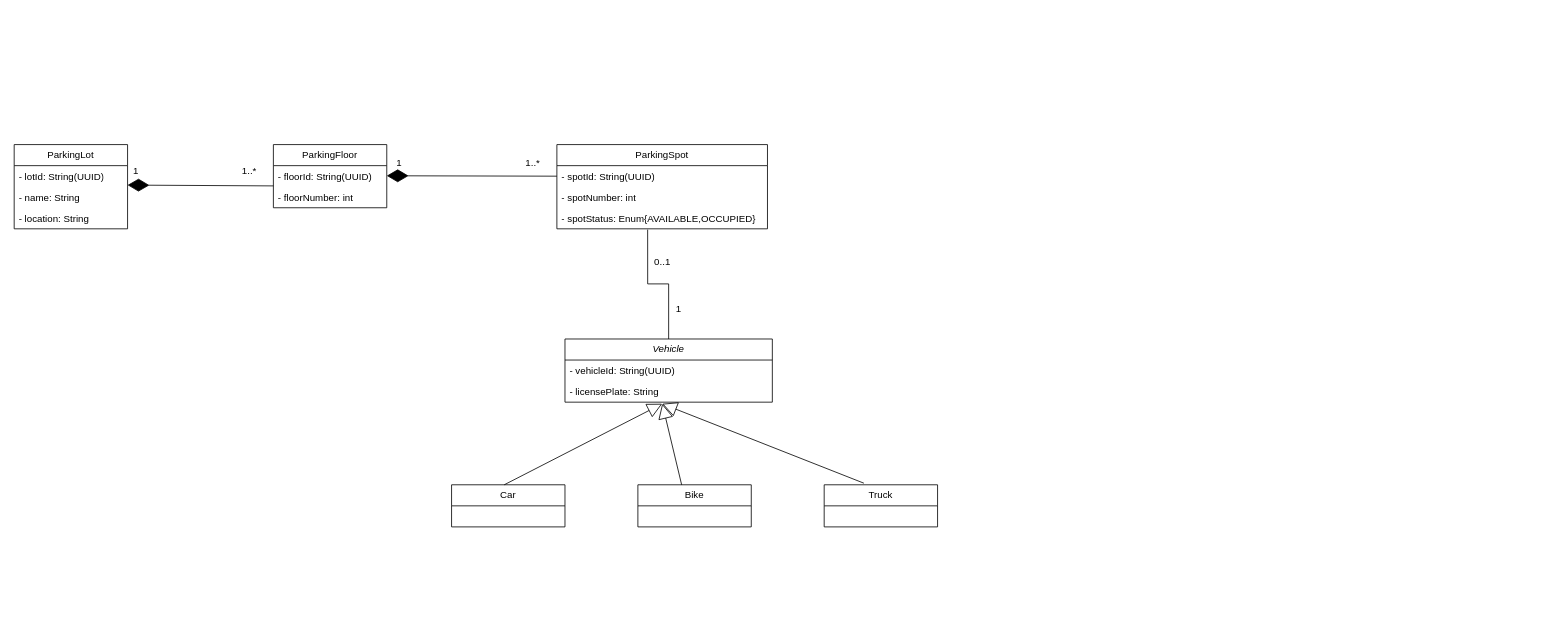
Earlier version of the draw.io diagram page "ParkingLot" (7 of 7) of UML Diagram/Practice.drawio (prakashbtech87/aaaaaaaaaaaPrakashDrawIORepo). Source tidied: cells renumbered, new cells numbered last; positions are measured from the earlier drawing's top-left corner, leaving out a move shared by most shapes. Both pictures are drawn from the tidied source at 81%, with x=0, y=0 at pixel (14, 144).
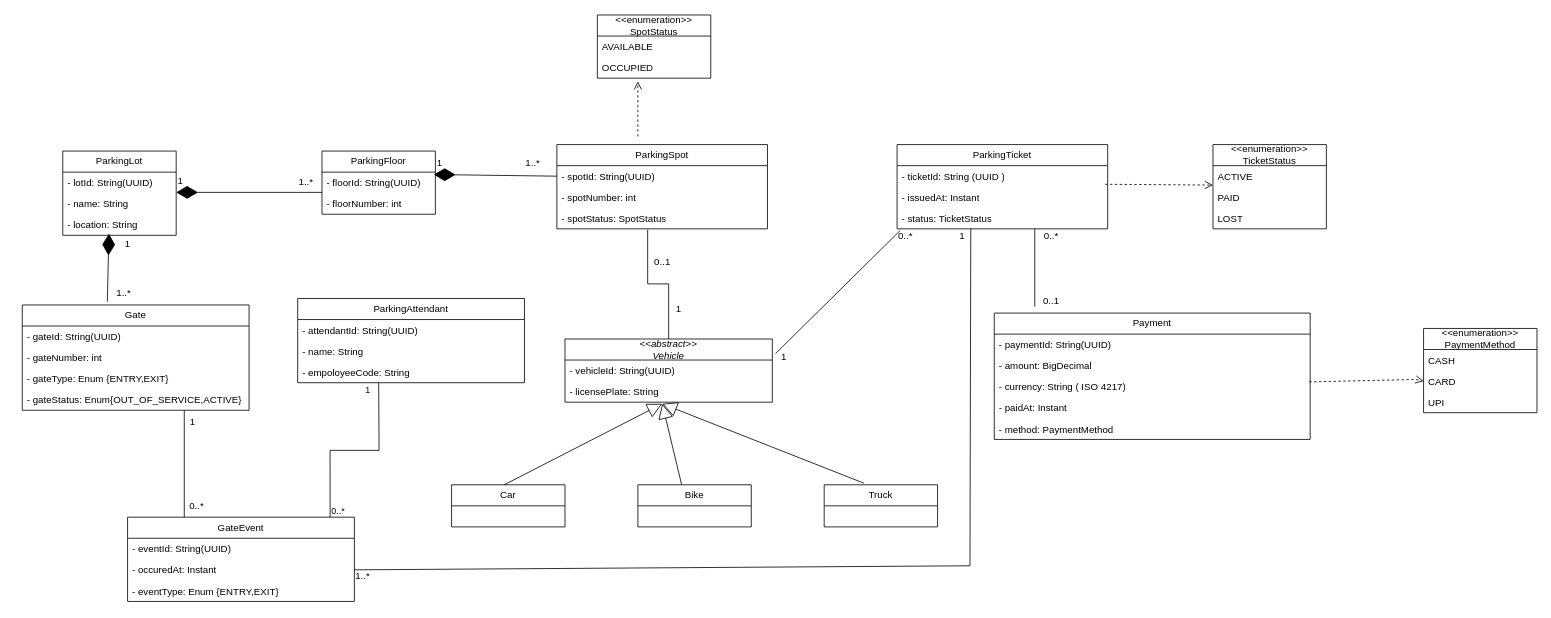
After the change.

The change refers to these unchanged cells:
```xml
<mxCell id="5" value="- location: String" style="text;strokeColor=none;fillColor=none;align=left;verticalAlign=top;spacingLeft=4;spacingRight=4;overflow=hidden;points=[[0,0.5],[1,0.5]];portConstraint=eastwest;whiteSpace=wrap;html=1;" parent="2" vertex="1">
  <mxGeometry y="78" width="140" height="26" as="geometry" />
</mxCell>
<mxCell id="7" value="- floorId: String(UUID)" style="text;strokeColor=none;fillColor=none;align=left;verticalAlign=top;spacingLeft=4;spacingRight=4;overflow=hidden;points=[[0,0.5],[1,0.5]];portConstraint=eastwest;whiteSpace=wrap;html=1;" parent="6" vertex="1">
  <mxGeometry y="26" width="140" height="26" as="geometry" />
</mxCell>
<mxCell id="9" value="ParkingSpot" style="swimlane;fontStyle=0;horizontal=1;startSize=26;fillColor=none;whiteSpace=wrap;html=1;" parent="1" vertex="1">
  <mxGeometry x="670" width="260" height="104" as="geometry" />
</mxCell>
<mxCell id="10" value="- spotId: String(UUID)" style="text;strokeColor=none;fillColor=none;align=left;verticalAlign=top;spacingLeft=4;spacingRight=4;overflow=hidden;points=[[0,0.5],[1,0.5]];portConstraint=eastwest;whiteSpace=wrap;html=1;" parent="9" vertex="1">
  <mxGeometry y="26" width="260" height="26" as="geometry" />
</mxCell>
```

Change to the diagram source:
```diff
@@
     <mxCell id="2" value="ParkingLot" style="swimlane;fontStyle=0;horizontal=1;startSize=26;fillColor=none;whiteSpace=wrap;html=1;" parent="1" vertex="1">
-      <mxGeometry width="140" height="104" as="geometry" />
+      <mxGeometry x="60" y="8" width="140" height="104" as="geometry" />
     </mxCell>
@@
     <mxCell id="6" value="ParkingFloor" style="swimlane;fontStyle=0;horizontal=1;startSize=26;fillColor=none;whiteSpace=wrap;html=1;" parent="1" vertex="1">
-      <mxGeometry x="320" width="140" height="78" as="geometry" />
+      <mxGeometry x="380" y="8" width="140" height="78" as="geometry" />
     </mxCell>
@@
-    <mxCell id="12" value="- spotStatus: Enum{AVAILABLE,OCCUPIED}" style="text;strokeColor=none;fillColor=none;align=left;verticalAlign=top;spacingLeft=4;spacingRight=4;overflow=hidden;points=[[0,0.5],[1,0.5]];portConstraint=eastwest;whiteSpace=wrap;html=1;" parent="9" vertex="1">
+    <mxCell id="12" value="- spotStatus: SpotStatus" style="text;strokeColor=none;fillColor=none;align=left;verticalAlign=top;spacingLeft=4;spacingRight=4;overflow=hidden;points=[[0,0.5],[1,0.5]];portConstraint=eastwest;whiteSpace=wrap;html=1;" parent="9" vertex="1">
       <mxGeometry y="78" width="260" height="26" as="geometry" />
     </mxCell>
-    <mxCell id="13" value="&lt;i&gt;Vehicle&lt;/i&gt;" style="swimlane;fontStyle=0;horizontal=1;startSize=26;fillColor=none;whiteSpace=wrap;html=1;" parent="1" vertex="1">
+    <mxCell id="13" value="&lt;i&gt;&amp;lt;&amp;lt;abstract&amp;gt;&amp;gt;&lt;br&gt;Vehicle&lt;/i&gt;" style="swimlane;fontStyle=0;horizontal=1;startSize=26;fillColor=none;whiteSpace=wrap;html=1;" parent="1" vertex="1">
       <mxGeometry x="680" y="240" width="256" height="78" as="geometry" />
     </mxCell>
@@
     <mxCell id="16" style="endArrow=diamondThin;endFill=1;endSize=24;html=1;rounded=0;exitX=0;exitY=0.962;exitDx=0;exitDy=0;exitPerimeter=0;" parent="1" edge="1" source="7">
       <mxGeometry relative="1" as="geometry">
-        <mxPoint x="140" y="50" as="targetPoint" />
+        <mxPoint x="200" y="59" as="targetPoint" />
       </mxGeometry>
     </mxCell>
-    <mxCell id="17" style="endArrow=diamondThin;endFill=1;endSize=24;html=1;rounded=0;exitX=0;exitY=0.5;exitDx=0;exitDy=0;" parent="1" edge="1" source="10">
-      <mxGeometry relative="1" as="geometry">
-        <mxPoint x="460" y="38.5" as="targetPoint" />
-      </mxGeometry>
+    <mxCell id="17" style="endArrow=diamondThin;endFill=1;endSize=24;html=1;rounded=0;exitX=0;exitY=0.5;exitDx=0;exitDy=0;entryX=0.986;entryY=0.115;entryDx=0;entryDy=0;entryPerimeter=0;" parent="1" edge="1" source="10" target="7">
+      <mxGeometry relative="1" as="geometry" />
     </mxCell>
     <mxCell id="18" value="1" style="text;html=1;align=center;verticalAlign=middle;strokeColor=none;fillColor=none;" parent="1" vertex="1">
-      <mxGeometry x="135" y="18" width="30" height="30" as="geometry" />
+      <mxGeometry x="190" y="30" width="30" height="30" as="geometry" />
     </mxCell>
     <mxCell id="19" value="1..*" style="text;html=1;align=center;verticalAlign=middle;strokeColor=none;fillColor=none;" parent="1" vertex="1">
-      <mxGeometry x="270" y="18" width="40" height="30" as="geometry" />
+      <mxGeometry x="340" y="32" width="40" height="30" as="geometry" />
     </mxCell>
     <mxCell id="20" value="1" style="text;html=1;align=center;verticalAlign=middle;strokeColor=none;fillColor=none;" parent="1" vertex="1">
-      <mxGeometry x="460" y="8" width="30" height="30" as="geometry" />
+      <mxGeometry x="510" y="8" width="30" height="30" as="geometry" />
     </mxCell>
@@
+    <mxCell id="31" value="ParkingTicket" style="swimlane;fontStyle=0;horizontal=1;startSize=26;fillColor=none;whiteSpace=wrap;html=1;" parent="1" vertex="1">
+      <mxGeometry x="1090" width="260" height="104" as="geometry" />
+    </mxCell>
+    <mxCell id="32" value="- ticketId: String (UUID )" style="text;strokeColor=none;fillColor=none;align=left;verticalAlign=top;spacingLeft=4;spacingRight=4;overflow=hidden;points=[[0,0.5],[1,0.5]];portConstraint=eastwest;whiteSpace=wrap;html=1;" parent="31" vertex="1">
+      <mxGeometry y="26" width="260" height="26" as="geometry" />
+    </mxCell>
+    <mxCell id="33" value="- issuedAt: Instant" style="text;strokeColor=none;fillColor=none;align=left;verticalAlign=top;spacingLeft=4;spacingRight=4;overflow=hidden;whiteSpace=wrap;html=1;" parent="31" vertex="1">
+      <mxGeometry y="52" width="260" height="26" as="geometry" />
+    </mxCell>
+    <mxCell id="34" value="- status: TicketStatus" style="text;strokeColor=none;fillColor=none;align=left;verticalAlign=top;spacingLeft=4;spacingRight=4;overflow=hidden;points=[[0,0.5],[1,0.5]];portConstraint=eastwest;whiteSpace=wrap;html=1;" parent="31" vertex="1">
+      <mxGeometry y="78" width="260" height="26" as="geometry" />
+    </mxCell>
+    <mxCell id="35" value="&amp;lt;&amp;lt;enumeration&amp;gt;&amp;gt;&lt;div&gt;TicketStatus&lt;/div&gt;" style="swimlane;fontStyle=0;horizontal=1;startSize=26;fillColor=none;whiteSpace=wrap;html=1;" parent="1" vertex="1">
+      <mxGeometry x="1480" width="140" height="104" as="geometry" />
+    </mxCell>
+    <mxCell id="36" value="ACTIVE" style="text;strokeColor=none;fillColor=none;align=left;verticalAlign=top;spacingLeft=4;spacingRight=4;overflow=hidden;points=[[0,0.5],[1,0.5]];portConstraint=eastwest;whiteSpace=wrap;html=1;" parent="35" vertex="1">
+      <mxGeometry y="26" width="140" height="26" as="geometry" />
+    </mxCell>
+    <mxCell id="37" value="PAID" style="text;strokeColor=none;fillColor=none;align=left;verticalAlign=top;spacingLeft=4;spacingRight=4;overflow=hidden;whiteSpace=wrap;html=1;" parent="35" vertex="1">
+      <mxGeometry y="52" width="140" height="26" as="geometry" />
+    </mxCell>
+    <mxCell id="38" value="LOST" style="text;strokeColor=none;fillColor=none;align=left;verticalAlign=top;spacingLeft=4;spacingRight=4;overflow=hidden;whiteSpace=wrap;html=1;" parent="35" vertex="1">
+      <mxGeometry y="78" width="140" height="26" as="geometry" />
+    </mxCell>
+    <mxCell id="39" style="html=1;verticalAlign=bottom;endArrow=open;dashed=1;endSize=8;curved=0;rounded=0;entryX=0;entryY=0.923;entryDx=0;entryDy=0;entryPerimeter=0;exitX=0.988;exitY=0.885;exitDx=0;exitDy=0;exitPerimeter=0;" parent="1" edge="1" source="32" target="36">
+      <mxGeometry relative="1" as="geometry" />
+    </mxCell>
+    <mxCell id="40" value="Payment" style="swimlane;fontStyle=0;horizontal=1;startSize=26;fillColor=none;whiteSpace=wrap;html=1;" parent="1" vertex="1">
+      <mxGeometry x="1210" y="208" width="390" height="156" as="geometry" />
+    </mxCell>
+    <mxCell id="41" value="- paymentId: String(UUID)" style="text;strokeColor=none;fillColor=none;align=left;verticalAlign=top;spacingLeft=4;spacingRight=4;overflow=hidden;whiteSpace=wrap;html=1;" parent="40" vertex="1">
+      <mxGeometry y="26" width="390" height="26" as="geometry" />
+    </mxCell>
+    <mxCell id="42" value="- amount: BigDecimal" style="text;strokeColor=none;fillColor=none;align=left;verticalAlign=top;spacingLeft=4;spacingRight=4;overflow=hidden;whiteSpace=wrap;html=1;" parent="40" vertex="1">
+      <mxGeometry y="52" width="390" height="26" as="geometry" />
+    </mxCell>
+    <mxCell id="43" value="- currency: String ( ISO 4217)" style="text;strokeColor=none;fillColor=none;align=left;verticalAlign=top;spacingLeft=4;spacingRight=4;overflow=hidden;points=[[0,0.5],[1,0.5]];portConstraint=eastwest;whiteSpace=wrap;html=1;" parent="40" vertex="1">
+      <mxGeometry y="78" width="390" height="26" as="geometry" />
+    </mxCell>
+    <mxCell id="44" value="- paidAt: Instant" style="text;strokeColor=none;fillColor=none;align=left;verticalAlign=top;spacingLeft=4;spacingRight=4;overflow=hidden;whiteSpace=wrap;html=1;" parent="40" vertex="1">
+      <mxGeometry y="104" width="390" height="26" as="geometry" />
+    </mxCell>
+    <mxCell id="45" value="- method: PaymentMethod" style="text;strokeColor=none;fillColor=none;align=left;verticalAlign=top;spacingLeft=4;spacingRight=4;overflow=hidden;whiteSpace=wrap;html=1;" parent="40" vertex="1">
+      <mxGeometry y="130" width="390" height="26" as="geometry" />
+    </mxCell>
+    <mxCell id="46" value="&amp;lt;&amp;lt;enumeration&amp;gt;&amp;gt;&lt;div&gt;PaymentMethod&lt;/div&gt;" style="swimlane;fontStyle=0;horizontal=1;startSize=26;fillColor=none;whiteSpace=wrap;html=1;" parent="1" vertex="1">
+      <mxGeometry x="1740" y="227" width="140" height="104" as="geometry" />
+    </mxCell>
+    <mxCell id="47" value="CASH" style="text;strokeColor=none;fillColor=none;align=left;verticalAlign=top;spacingLeft=4;spacingRight=4;overflow=hidden;whiteSpace=wrap;html=1;" parent="46" vertex="1">
+      <mxGeometry y="26" width="140" height="26" as="geometry" />
+    </mxCell>
+    <mxCell id="48" value="CARD" style="text;strokeColor=none;fillColor=none;align=left;verticalAlign=top;spacingLeft=4;spacingRight=4;overflow=hidden;whiteSpace=wrap;html=1;" parent="46" vertex="1">
+      <mxGeometry y="52" width="140" height="26" as="geometry" />
+    </mxCell>
+    <mxCell id="49" value="UPI" style="text;strokeColor=none;fillColor=none;align=left;verticalAlign=top;spacingLeft=4;spacingRight=4;overflow=hidden;whiteSpace=wrap;html=1;" parent="46" vertex="1">
+      <mxGeometry y="78" width="140" height="26" as="geometry" />
+    </mxCell>
+    <mxCell id="50" style="html=1;verticalAlign=bottom;endArrow=open;dashed=1;endSize=8;curved=0;rounded=0;exitX=0.997;exitY=0.269;exitDx=0;exitDy=0;exitPerimeter=0;" parent="1" edge="1" source="43">
+      <mxGeometry relative="1" as="geometry">
+        <mxPoint x="1740" y="292" as="targetPoint" />
+        <Array as="points">
+          <mxPoint x="1730" y="290" />
+        </Array>
+      </mxGeometry>
+    </mxCell>
+    <mxCell id="51" style="endArrow=none;html=1;rounded=0;entryX=0.015;entryY=1.077;entryDx=0;entryDy=0;entryPerimeter=0;" parent="1" edge="1" target="34">
+      <mxGeometry relative="1" as="geometry">
+        <mxPoint x="940" y="258" as="sourcePoint" />
+      </mxGeometry>
+    </mxCell>
+    <mxCell id="52" value="1" style="text;html=1;align=center;verticalAlign=middle;strokeColor=none;fillColor=none;" parent="1" vertex="1">
+      <mxGeometry x="935" y="248" width="30" height="30" as="geometry" />
+    </mxCell>
+    <mxCell id="53" value="0..*" style="text;html=1;align=center;verticalAlign=middle;strokeColor=none;fillColor=none;" parent="1" vertex="1">
+      <mxGeometry x="1080" y="98" width="40" height="30" as="geometry" />
+    </mxCell>
+    <mxCell id="54" style="endArrow=none;html=1;rounded=0;" parent="1" edge="1">
+      <mxGeometry relative="1" as="geometry">
+        <mxPoint x="1260" y="200" as="sourcePoint" />
+        <mxPoint x="1260" y="104" as="targetPoint" />
+      </mxGeometry>
+    </mxCell>
+    <mxCell id="55" value="0..1" style="text;html=1;align=center;verticalAlign=middle;strokeColor=none;fillColor=none;" parent="1" vertex="1">
+      <mxGeometry x="1260" y="178" width="40" height="30" as="geometry" />
+    </mxCell>
+    <mxCell id="56" value="0..*" style="text;html=1;align=center;verticalAlign=middle;strokeColor=none;fillColor=none;" parent="1" vertex="1">
+      <mxGeometry x="1260" y="98" width="40" height="30" as="geometry" />
+    </mxCell>
+    <mxCell id="57" value="&amp;lt;&amp;lt;enumeration&amp;gt;&amp;gt;&lt;div&gt;SpotStatus&lt;/div&gt;" style="swimlane;fontStyle=0;horizontal=1;startSize=26;fillColor=none;whiteSpace=wrap;html=1;" parent="1" vertex="1">
+      <mxGeometry x="720" y="-160" width="140" height="78" as="geometry" />
+    </mxCell>
+    <mxCell id="58" value="AVAILABLE" style="text;strokeColor=none;fillColor=none;align=left;verticalAlign=top;spacingLeft=4;spacingRight=4;overflow=hidden;whiteSpace=wrap;html=1;" parent="57" vertex="1">
+      <mxGeometry y="26" width="140" height="26" as="geometry" />
+    </mxCell>
+    <mxCell id="59" value="OCCUPIED" style="text;strokeColor=none;fillColor=none;align=left;verticalAlign=top;spacingLeft=4;spacingRight=4;overflow=hidden;whiteSpace=wrap;html=1;" parent="57" vertex="1">
+      <mxGeometry y="52" width="140" height="26" as="geometry" />
+    </mxCell>
+    <mxCell id="60" style="html=1;verticalAlign=bottom;endArrow=open;dashed=1;endSize=8;curved=0;rounded=0;" parent="1" edge="1">
+      <mxGeometry relative="1" as="geometry">
+        <mxPoint x="770" y="-10" as="sourcePoint" />
+        <mxPoint x="770" y="-78" as="targetPoint" />
+      </mxGeometry>
+    </mxCell>
+    <mxCell id="61" value="Gate" style="swimlane;fontStyle=0;horizontal=1;startSize=26;fillColor=none;whiteSpace=wrap;html=1;" parent="1" vertex="1">
+      <mxGeometry x="10" y="198" width="280" height="130" as="geometry" />
+    </mxCell>
+    <mxCell id="62" value="- gateId: String(UUID)" style="text;strokeColor=none;fillColor=none;align=left;verticalAlign=top;spacingLeft=4;spacingRight=4;overflow=hidden;whiteSpace=wrap;html=1;" parent="61" vertex="1">
+      <mxGeometry y="26" width="280" height="26" as="geometry" />
+    </mxCell>
+    <mxCell id="63" value="- gateNumber: int" style="text;strokeColor=none;fillColor=none;align=left;verticalAlign=top;spacingLeft=4;spacingRight=4;overflow=hidden;whiteSpace=wrap;html=1;" parent="61" vertex="1">
+      <mxGeometry y="52" width="280" height="26" as="geometry" />
+    </mxCell>
+    <mxCell id="64" value="- gateType: Enum {ENTRY,EXIT}" style="text;strokeColor=none;fillColor=none;align=left;verticalAlign=top;spacingLeft=4;spacingRight=4;overflow=hidden;whiteSpace=wrap;html=1;" parent="61" vertex="1">
+      <mxGeometry y="78" width="280" height="26" as="geometry" />
+    </mxCell>
+    <mxCell id="65" value="- gateStatus: Enum{OUT_OF_SERVICE,ACTIVE}" style="text;strokeColor=none;fillColor=none;align=left;verticalAlign=top;spacingLeft=4;spacingRight=4;overflow=hidden;whiteSpace=wrap;html=1;" parent="61" vertex="1">
+      <mxGeometry y="104" width="280" height="26" as="geometry" />
+    </mxCell>
+    <mxCell id="66" value="ParkingAttendant" style="swimlane;fontStyle=0;horizontal=1;startSize=26;fillColor=none;whiteSpace=wrap;html=1;" parent="1" vertex="1">
+      <mxGeometry x="350" y="190" width="280" height="104" as="geometry" />
+    </mxCell>
+    <mxCell id="67" value="- attendantId: String(UUID)" style="text;strokeColor=none;fillColor=none;align=left;verticalAlign=top;spacingLeft=4;spacingRight=4;overflow=hidden;whiteSpace=wrap;html=1;" parent="66" vertex="1">
+      <mxGeometry y="26" width="280" height="26" as="geometry" />
+    </mxCell>
+    <mxCell id="68" value="- name: String" style="text;strokeColor=none;fillColor=none;align=left;verticalAlign=top;spacingLeft=4;spacingRight=4;overflow=hidden;whiteSpace=wrap;html=1;" parent="66" vertex="1">
+      <mxGeometry y="52" width="280" height="26" as="geometry" />
+    </mxCell>
+    <mxCell id="69" value="- empoloyeeCode: String" style="text;strokeColor=none;fillColor=none;align=left;verticalAlign=top;spacingLeft=4;spacingRight=4;overflow=hidden;whiteSpace=wrap;html=1;" parent="66" vertex="1">
+      <mxGeometry y="78" width="280" height="26" as="geometry" />
+    </mxCell>
+    <mxCell id="70" value="GateEvent" style="swimlane;fontStyle=0;horizontal=1;startSize=26;fillColor=none;whiteSpace=wrap;html=1;" parent="1" vertex="1">
+      <mxGeometry x="140" y="460" width="280" height="104" as="geometry" />
+    </mxCell>
+    <mxCell id="71" value="- eventId: String(UUID)" style="text;strokeColor=none;fillColor=none;align=left;verticalAlign=top;spacingLeft=4;spacingRight=4;overflow=hidden;whiteSpace=wrap;html=1;" parent="70" vertex="1">
+      <mxGeometry y="26" width="280" height="26" as="geometry" />
+    </mxCell>
+    <mxCell id="72" value="- occuredAt: Instant" style="text;strokeColor=none;fillColor=none;align=left;verticalAlign=top;spacingLeft=4;spacingRight=4;overflow=hidden;points=[[0,0.5],[1,0.5]];portConstraint=eastwest;whiteSpace=wrap;html=1;" parent="70" vertex="1">
+      <mxGeometry y="52" width="280" height="26" as="geometry" />
+    </mxCell>
+    <mxCell id="73" value="- eventType: Enum {ENTRY,EXIT}" style="text;strokeColor=none;fillColor=none;align=left;verticalAlign=top;spacingLeft=4;spacingRight=4;overflow=hidden;whiteSpace=wrap;html=1;" parent="70" vertex="1">
+      <mxGeometry y="78" width="280" height="26" as="geometry" />
+    </mxCell>
+    <mxCell id="74" style="endArrow=diamondThin;endFill=1;endSize=24;html=1;rounded=0;exitX=0.375;exitY=-0.031;exitDx=0;exitDy=0;exitPerimeter=0;entryX=0.407;entryY=0.923;entryDx=0;entryDy=0;entryPerimeter=0;" parent="1" edge="1" source="61" target="5">
+      <mxGeometry relative="1" as="geometry" />
+    </mxCell>
+    <mxCell id="75" value="1" style="text;html=1;align=center;verticalAlign=middle;strokeColor=none;fillColor=none;" parent="1" vertex="1">
+      <mxGeometry x="125" y="108" width="30" height="30" as="geometry" />
+    </mxCell>
+    <mxCell id="76" value="1..*" style="text;html=1;align=center;verticalAlign=middle;strokeColor=none;fillColor=none;" parent="1" vertex="1">
+      <mxGeometry x="115" y="168" width="40" height="30" as="geometry" />
+    </mxCell>
+    <mxCell id="77" style="endArrow=none;html=1;rounded=0;exitX=0.25;exitY=0;exitDx=0;exitDy=0;" parent="1" edge="1" source="70">
+      <mxGeometry relative="1" as="geometry">
+        <mxPoint x="210" y="328" as="targetPoint" />
+      </mxGeometry>
+    </mxCell>
+    <mxCell id="78" value="1" style="text;html=1;align=center;verticalAlign=middle;strokeColor=none;fillColor=none;" parent="1" vertex="1">
+      <mxGeometry x="205" y="328" width="30" height="30" as="geometry" />
+    </mxCell>
+    <mxCell id="79" value="0..*" style="text;html=1;align=center;verticalAlign=middle;strokeColor=none;fillColor=none;" parent="1" vertex="1">
+      <mxGeometry x="205" y="431" width="40" height="30" as="geometry" />
+    </mxCell>
+    <mxCell id="80" style="endArrow=none;html=1;rounded=0;exitX=1;exitY=0.5;exitDx=0;exitDy=0;" parent="1" edge="1" source="72">
+      <mxGeometry relative="1" as="geometry">
+        <mxPoint x="1181" y="104" as="targetPoint" />
+        <Array as="points">
+          <mxPoint x="1180" y="520" />
+        </Array>
+      </mxGeometry>
+    </mxCell>
+    <mxCell id="81" value="1" style="text;html=1;align=center;verticalAlign=middle;strokeColor=none;fillColor=none;" parent="1" vertex="1">
+      <mxGeometry x="1155" y="98" width="30" height="30" as="geometry" />
+    </mxCell>
+    <mxCell id="82" value="1..*" style="text;html=1;align=center;verticalAlign=middle;strokeColor=none;fillColor=none;" parent="1" vertex="1">
+      <mxGeometry x="410" y="518" width="40" height="30" as="geometry" />
+    </mxCell>
+    <mxCell id="83" style="endArrow=none;html=1;edgeStyle=orthogonalEdgeStyle;rounded=0;exitX=0.893;exitY=0;exitDx=0;exitDy=0;exitPerimeter=0;" parent="1" edge="1" source="70">
+      <mxGeometry relative="1" as="geometry">
+        <mxPoint x="450" y="294" as="targetPoint" />
+      </mxGeometry>
+    </mxCell>
+    <mxCell id="84" value="0..*" style="edgeLabel;html=1;align=left;verticalAlign=bottom;" parent="83" vertex="1">
+      <mxGeometry x="-1" relative="1" as="geometry" />
+    </mxCell>
+    <mxCell id="85" value="1" style="edgeLabel;html=1;align=right;verticalAlign=bottom;" parent="83" vertex="1">
+      <mxGeometry x="1" relative="1" as="geometry">
+        <mxPoint x="-10" y="17" as="offset" />
+      </mxGeometry>
+    </mxCell>
```
